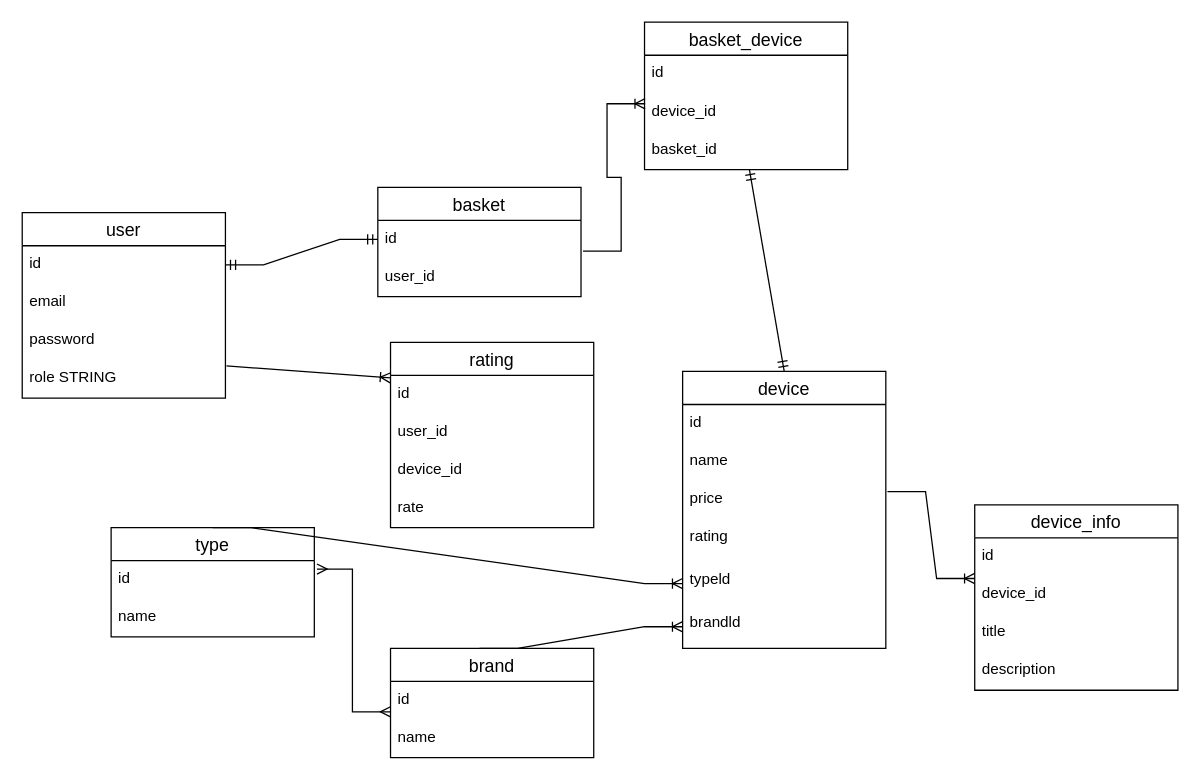
Before: online-store/server/diagrammaBD.drawio in annamitrofanovaa/online-store, a draw.io diagram. Source tidied: cells renumbered, new cells numbered last; positions are measured from the earlier drawing's top-left corner, leaving out a move shared by most shapes. Both pictures are drawn from the tidied source at 127%, with x=0, y=0 at pixel (22, 22).
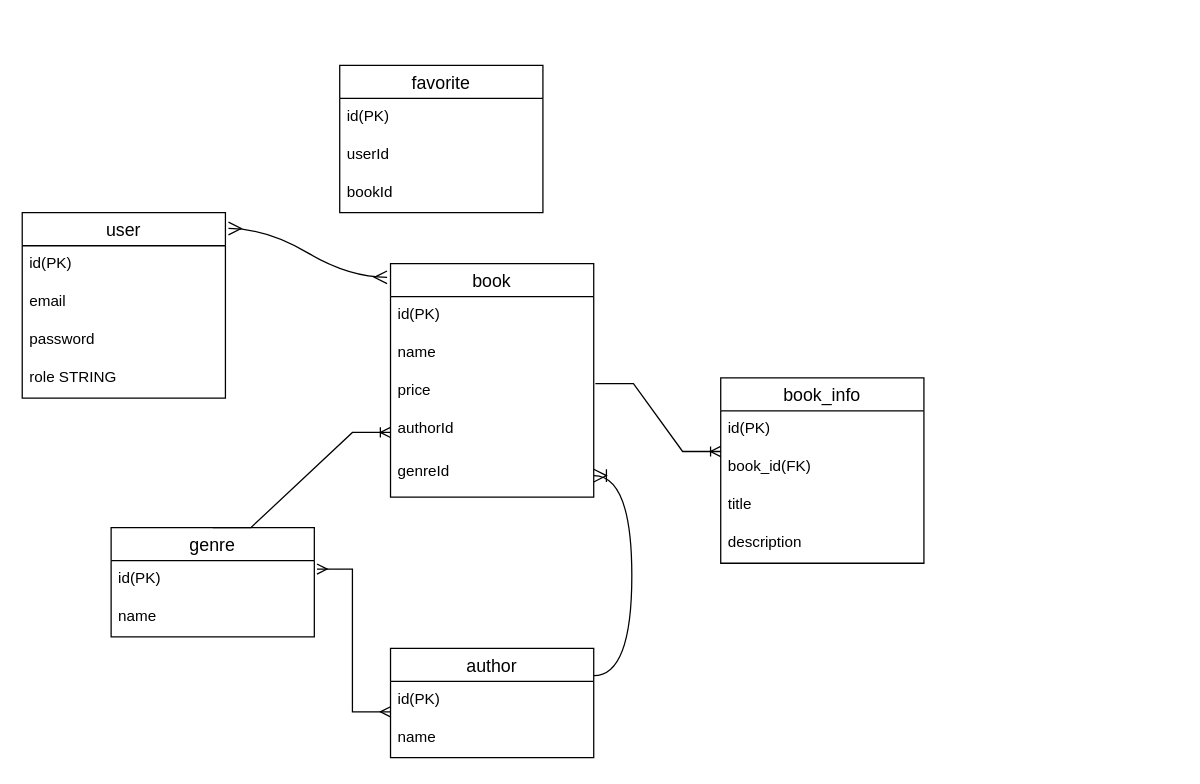
The same page after the edit.

The change refers to these unchanged cells:
```xml
<mxCell id="2" value="user" style="swimlane;fontStyle=0;horizontal=1;startSize=26;align=center;fontSize=14;" parent="1" vertex="1">
  <mxGeometry y="150" width="160" height="146" as="geometry" />
</mxCell>
<mxCell id="6" value="role STRING" style="text;strokeColor=none;fillColor=none;spacingLeft=4;spacingRight=4;overflow=hidden;points=[[0,0.5],[1,0.5]];portConstraint=eastwest;fontSize=12;whiteSpace=wrap;html=1;" parent="2" vertex="1">
  <mxGeometry y="116" width="160" height="30" as="geometry" />
</mxCell>
```

What changed in the source:
```diff
@@
-    <mxCell id="3" value="id" style="text;strokeColor=none;fillColor=none;spacingLeft=4;spacingRight=4;overflow=hidden;points=[[0,0.5],[1,0.5]];portConstraint=eastwest;fontSize=12;whiteSpace=wrap;html=1;" parent="2" vertex="1">
+    <mxCell id="3" value="id(PK)" style="text;strokeColor=none;fillColor=none;spacingLeft=4;spacingRight=4;overflow=hidden;points=[[0,0.5],[1,0.5]];portConstraint=eastwest;fontSize=12;whiteSpace=wrap;html=1;" parent="2" vertex="1">
       <mxGeometry y="26" width="160" height="30" as="geometry" />
     </mxCell>
@@
-    <mxCell id="7" value="basket" style="swimlane;fontStyle=0;horizontal=1;startSize=26;align=center;fontSize=14;" parent="1" vertex="1">
-      <mxGeometry x="280" y="130" width="160" height="86" as="geometry" />
-    </mxCell>
-    <mxCell id="8" value="id" style="text;strokeColor=none;fillColor=none;spacingLeft=4;spacingRight=4;overflow=hidden;points=[[0,0.5],[1,0.5]];portConstraint=eastwest;fontSize=12;whiteSpace=wrap;html=1;" parent="7" vertex="1">
-      <mxGeometry y="26" width="160" height="30" as="geometry" />
-    </mxCell>
-    <mxCell id="9" value="user_id" style="text;strokeColor=none;fillColor=none;spacingLeft=4;spacingRight=4;overflow=hidden;fontSize=12;whiteSpace=wrap;html=1;" parent="7" vertex="1">
-      <mxGeometry y="56" width="160" height="30" as="geometry" />
-    </mxCell>
-    <mxCell id="10" style="edgeStyle=entityRelationEdgeStyle;fontSize=12;html=1;endArrow=ERmandOne;startArrow=ERmandOne;rounded=0;exitX=1;exitY=0.5;exitDx=0;exitDy=0;entryX=0;entryY=0.5;entryDx=0;entryDy=0;" parent="1" edge="1" source="3" target="8">
-      <mxGeometry relative="1" as="geometry" />
-    </mxCell>
-    <mxCell id="11" value="device" style="swimlane;fontStyle=0;horizontal=1;startSize=26;align=center;fontSize=14;" parent="1" vertex="1">
-      <mxGeometry x="520" y="275" width="160" height="218" as="geometry" />
+    <mxCell id="11" value="book" style="swimlane;fontStyle=0;horizontal=1;startSize=26;align=center;fontSize=14;" parent="1" vertex="1">
+      <mxGeometry x="290" y="190" width="160" height="184" as="geometry" />
     </mxCell>
-    <mxCell id="12" value="id" style="text;strokeColor=none;fillColor=none;spacingLeft=4;spacingRight=4;overflow=hidden;fontSize=12;whiteSpace=wrap;html=1;" parent="11" vertex="1">
+    <mxCell id="12" value="id(PK)" style="text;strokeColor=none;fillColor=none;spacingLeft=4;spacingRight=4;overflow=hidden;fontSize=12;whiteSpace=wrap;html=1;" parent="11" vertex="1">
       <mxGeometry y="26" width="160" height="30" as="geometry" />
     </mxCell>
@@
-    <mxCell id="15" value="rating" style="text;strokeColor=none;fillColor=none;spacingLeft=4;spacingRight=4;overflow=hidden;fontSize=12;whiteSpace=wrap;html=1;" parent="11" vertex="1">
-      <mxGeometry y="116" width="160" height="34" as="geometry" />
-    </mxCell>
-    <mxCell id="16" value="typeld" style="text;strokeColor=none;fillColor=none;spacingLeft=4;spacingRight=4;overflow=hidden;points=[[0,0.5],[1,0.5]];portConstraint=eastwest;fontSize=12;whiteSpace=wrap;html=1;" parent="11" vertex="1">
-      <mxGeometry y="150" width="160" height="34" as="geometry" />
+    <mxCell id="16" value="authorId" style="text;strokeColor=none;fillColor=none;spacingLeft=4;spacingRight=4;overflow=hidden;points=[[0,0.5],[1,0.5]];portConstraint=eastwest;fontSize=12;whiteSpace=wrap;html=1;" parent="11" vertex="1">
+      <mxGeometry y="116" width="160" height="34" as="geometry" />
     </mxCell>
-    <mxCell id="17" value="brandld" style="text;strokeColor=none;fillColor=none;spacingLeft=4;spacingRight=4;overflow=hidden;points=[[0,0.5],[1,0.5]];portConstraint=eastwest;fontSize=12;whiteSpace=wrap;html=1;" parent="11" vertex="1">
-      <mxGeometry y="184" width="160" height="34" as="geometry" />
+    <mxCell id="17" value="genreId" style="text;strokeColor=none;fillColor=none;spacingLeft=4;spacingRight=4;overflow=hidden;points=[[0,0.5],[1,0.5]];portConstraint=eastwest;fontSize=12;whiteSpace=wrap;html=1;" parent="11" vertex="1">
+      <mxGeometry y="150" width="160" height="34" as="geometry" />
     </mxCell>
-    <mxCell id="18" value="type" style="swimlane;fontStyle=0;horizontal=1;startSize=26;align=center;fontSize=14;" parent="1" vertex="1">
+    <mxCell id="18" value="genre" style="swimlane;fontStyle=0;horizontal=1;startSize=26;align=center;fontSize=14;" parent="1" vertex="1">
       <mxGeometry x="70" y="398" width="160" height="86" as="geometry" />
     </mxCell>
-    <mxCell id="19" value="id" style="text;strokeColor=none;fillColor=none;spacingLeft=4;spacingRight=4;overflow=hidden;points=[[0,0.5],[1,0.5]];portConstraint=eastwest;fontSize=12;whiteSpace=wrap;html=1;" parent="18" vertex="1">
+    <mxCell id="19" value="id(PK)" style="text;strokeColor=none;fillColor=none;spacingLeft=4;spacingRight=4;overflow=hidden;points=[[0,0.5],[1,0.5]];portConstraint=eastwest;fontSize=12;whiteSpace=wrap;html=1;" parent="18" vertex="1">
       <mxGeometry y="26" width="160" height="30" as="geometry" />
     </mxCell>
@@
-    <mxCell id="21" value="brand" style="swimlane;fontStyle=0;horizontal=1;startSize=26;align=center;fontSize=14;" parent="1" vertex="1">
+    <mxCell id="21" value="author" style="swimlane;fontStyle=0;horizontal=1;startSize=26;align=center;fontSize=14;" parent="1" vertex="1">
       <mxGeometry x="290" y="493" width="160" height="86" as="geometry" />
     </mxCell>
-    <mxCell id="22" value="id" style="text;strokeColor=none;fillColor=none;spacingLeft=4;spacingRight=4;overflow=hidden;points=[[0,0.5],[1,0.5]];portConstraint=eastwest;fontSize=12;whiteSpace=wrap;html=1;" parent="21" vertex="1">
+    <mxCell id="22" value="id(PK)" style="text;strokeColor=none;fillColor=none;spacingLeft=4;spacingRight=4;overflow=hidden;points=[[0,0.5],[1,0.5]];portConstraint=eastwest;fontSize=12;whiteSpace=wrap;html=1;" parent="21" vertex="1">
       <mxGeometry y="26" width="160" height="30" as="geometry" />
     </mxCell>
@@
-    <mxCell id="25" style="edgeStyle=entityRelationEdgeStyle;fontSize=12;html=1;endArrow=ERoneToMany;rounded=0;exitX=0.438;exitY=0;exitDx=0;exitDy=0;entryX=0;entryY=0.5;entryDx=0;entryDy=0;exitPerimeter=0;" parent="1" edge="1" source="21" target="17">
-      <mxGeometry relative="1" as="geometry">
-        <Array as="points">
-          <mxPoint x="540" y="523" />
-          <mxPoint x="490" y="523" />
-          <mxPoint x="410" y="484" />
-          <mxPoint x="440" y="463" />
-          <mxPoint x="510" y="483" />
-          <mxPoint x="510" y="503" />
-        </Array>
-      </mxGeometry>
-    </mxCell>
@@
-    <mxCell id="27" value="device_info" style="swimlane;fontStyle=0;horizontal=1;startSize=26;align=center;fontSize=14;" parent="1" vertex="1">
-      <mxGeometry x="750" y="380" width="160" height="146" as="geometry" />
+    <mxCell id="27" value="book_info" style="swimlane;fontStyle=0;horizontal=1;startSize=26;align=center;fontSize=14;" parent="1" vertex="1">
+      <mxGeometry x="550" y="280" width="160" height="146" as="geometry" />
     </mxCell>
-    <mxCell id="28" value="id" style="text;strokeColor=none;fillColor=none;spacingLeft=4;spacingRight=4;overflow=hidden;fontSize=12;whiteSpace=wrap;html=1;" parent="27" vertex="1">
+    <mxCell id="28" value="id(PK)" style="text;strokeColor=none;fillColor=none;spacingLeft=4;spacingRight=4;overflow=hidden;fontSize=12;whiteSpace=wrap;html=1;" parent="27" vertex="1">
       <mxGeometry y="26" width="160" height="30" as="geometry" />
     </mxCell>
-    <mxCell id="29" value="device_id" style="text;strokeColor=none;fillColor=none;spacingLeft=4;spacingRight=4;overflow=hidden;points=[[0,0.5],[1,0.5]];portConstraint=eastwest;fontSize=12;whiteSpace=wrap;html=1;" parent="27" vertex="1">
+    <mxCell id="29" value="book_id(FK)" style="text;strokeColor=none;fillColor=none;spacingLeft=4;spacingRight=4;overflow=hidden;points=[[0,0.5],[1,0.5]];portConstraint=eastwest;fontSize=12;whiteSpace=wrap;html=1;" parent="27" vertex="1">
       <mxGeometry y="56" width="160" height="30" as="geometry" />
     </mxCell>
@@
+    <mxCell id="45" style="edgeStyle=none;curved=1;rounded=0;orthogonalLoop=1;jettySize=auto;html=1;exitX=0.25;exitY=0;exitDx=0;exitDy=0;fontSize=12;startSize=8;endSize=8;" parent="1" edge="1" source="33" target="33">
+      <mxGeometry relative="1" as="geometry" />
+    </mxCell>
-    <mxCell id="33" value="basket_device" style="swimlane;fontStyle=0;horizontal=1;startSize=26;align=center;fontSize=14;" parent="1" vertex="1">
-      <mxGeometry x="490" width="160" height="116" as="geometry" />
+    <mxCell id="33" value="favorite" style="swimlane;fontStyle=0;horizontal=1;startSize=26;align=center;fontSize=14;" parent="1" vertex="1">
+      <mxGeometry x="250" y="34" width="160" height="116" as="geometry" />
     </mxCell>
-    <mxCell id="34" value="id" style="text;strokeColor=none;fillColor=none;spacingLeft=4;spacingRight=4;overflow=hidden;fontSize=12;whiteSpace=wrap;html=1;" parent="33" vertex="1">
+    <mxCell id="34" value="id(PK)" style="text;strokeColor=none;fillColor=none;spacingLeft=4;spacingRight=4;overflow=hidden;fontSize=12;whiteSpace=wrap;html=1;" parent="33" vertex="1">
       <mxGeometry y="26" width="160" height="30" as="geometry" />
     </mxCell>
-    <mxCell id="35" value="device_id" style="text;strokeColor=none;fillColor=none;spacingLeft=4;spacingRight=4;overflow=hidden;points=[[0,0.5],[1,0.5]];portConstraint=eastwest;fontSize=12;whiteSpace=wrap;html=1;" parent="33" vertex="1">
+    <mxCell id="35" value="userId" style="text;strokeColor=none;fillColor=none;spacingLeft=4;spacingRight=4;overflow=hidden;points=[[0,0.5],[1,0.5]];portConstraint=eastwest;fontSize=12;whiteSpace=wrap;html=1;" parent="33" vertex="1">
       <mxGeometry y="56" width="160" height="30" as="geometry" />
     </mxCell>
-    <mxCell id="36" value="basket_id" style="text;strokeColor=none;fillColor=none;spacingLeft=4;spacingRight=4;overflow=hidden;points=[[0,0.5],[1,0.5]];portConstraint=eastwest;fontSize=12;whiteSpace=wrap;html=1;" parent="33" vertex="1">
+    <mxCell id="36" value="bookId" style="text;strokeColor=none;fillColor=none;spacingLeft=4;spacingRight=4;overflow=hidden;points=[[0,0.5],[1,0.5]];portConstraint=eastwest;fontSize=12;whiteSpace=wrap;html=1;" parent="33" vertex="1">
       <mxGeometry y="86" width="160" height="30" as="geometry" />
     </mxCell>
-    <mxCell id="37" style="edgeStyle=entityRelationEdgeStyle;fontSize=12;html=1;endArrow=ERoneToMany;rounded=0;entryX=0.003;entryY=0.273;entryDx=0;entryDy=0;entryPerimeter=0;exitX=1.01;exitY=0.807;exitDx=0;exitDy=0;exitPerimeter=0;" parent="1" edge="1" source="8" target="35">
-      <mxGeometry relative="1" as="geometry" />
-    </mxCell>
-    <mxCell id="38" style="fontSize=12;html=1;endArrow=ERmandOne;startArrow=ERmandOne;rounded=0;entryX=0.5;entryY=0;entryDx=0;entryDy=0;" parent="1" edge="1" source="36" target="11">
-      <mxGeometry relative="1" as="geometry" />
-    </mxCell>
-    <mxCell id="39" value="rating" style="swimlane;fontStyle=0;horizontal=1;startSize=26;align=center;fontSize=14;" parent="1" vertex="1">
-      <mxGeometry x="290" y="252" width="160" height="146" as="geometry" />
-    </mxCell>
-    <mxCell id="40" value="id" style="text;strokeColor=none;fillColor=none;spacingLeft=4;spacingRight=4;overflow=hidden;points=[[0,0.5],[1,0.5]];portConstraint=eastwest;fontSize=12;whiteSpace=wrap;html=1;" parent="39" vertex="1">
-      <mxGeometry y="26" width="160" height="30" as="geometry" />
-    </mxCell>
-    <mxCell id="41" value="user_id" style="text;strokeColor=none;fillColor=none;spacingLeft=4;spacingRight=4;overflow=hidden;fontSize=12;whiteSpace=wrap;html=1;" parent="39" vertex="1">
-      <mxGeometry y="56" width="160" height="30" as="geometry" />
-    </mxCell>
-    <mxCell id="42" value="device_id" style="text;strokeColor=none;fillColor=none;spacingLeft=4;spacingRight=4;overflow=hidden;fontSize=12;whiteSpace=wrap;html=1;" parent="39" vertex="1">
-      <mxGeometry y="86" width="160" height="30" as="geometry" />
-    </mxCell>
-    <mxCell id="43" value="rate" style="text;strokeColor=none;fillColor=none;spacingLeft=4;spacingRight=4;overflow=hidden;fontSize=12;whiteSpace=wrap;html=1;" parent="39" vertex="1">
-      <mxGeometry y="116" width="160" height="30" as="geometry" />
-    </mxCell>
-    <mxCell id="44" style="fontSize=12;html=1;endArrow=ERoneToMany;rounded=0;exitX=1.005;exitY=0.153;exitDx=0;exitDy=0;exitPerimeter=0;entryX=0;entryY=0.067;entryDx=0;entryDy=0;entryPerimeter=0;" parent="1" edge="1" source="6" target="40">
-      <mxGeometry relative="1" as="geometry" />
-    </mxCell>
+    <mxCell id="46" style="edgeStyle=entityRelationEdgeStyle;fontSize=12;html=1;endArrow=ERmany;startArrow=ERmany;rounded=0;startSize=8;endSize=8;curved=1;exitX=1.015;exitY=0.085;exitDx=0;exitDy=0;exitPerimeter=0;entryX=-0.017;entryY=0.059;entryDx=0;entryDy=0;entryPerimeter=0;" parent="1" edge="1" source="2" target="11">
+      <mxGeometry relative="1" as="geometry" />
+    </mxCell>
+    <mxCell id="25" style="edgeStyle=entityRelationEdgeStyle;fontSize=12;html=1;endArrow=ERoneToMany;rounded=0;startSize=8;endSize=8;curved=1;exitX=1;exitY=0.25;exitDx=0;exitDy=0;" parent="1" edge="1" source="21" target="17">
+      <mxGeometry relative="1" as="geometry" />
+    </mxCell>
```
